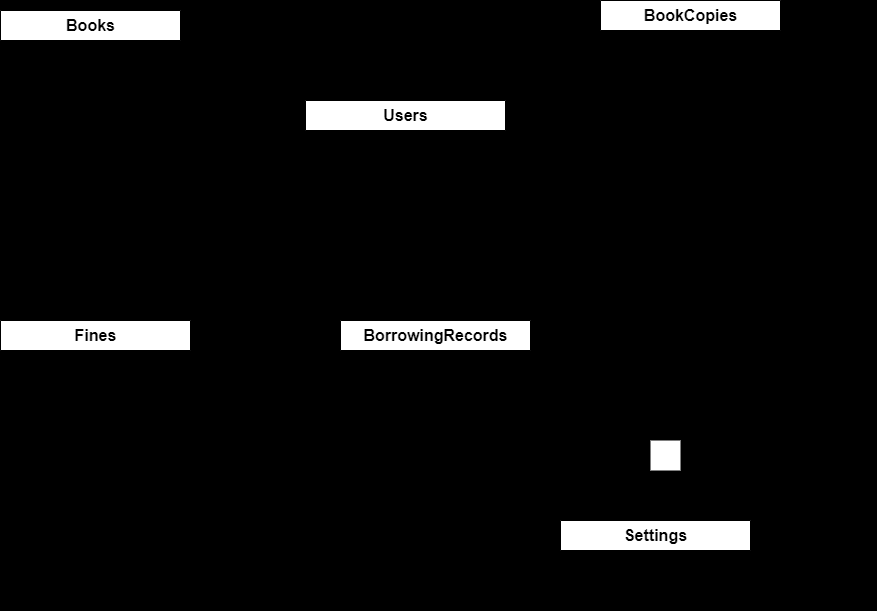
The draw.io diagram Library Relational Schema.png in amineElgaini/LibraryApp, before a commit. Source tidied: cells renumbered, new cells last; positions are measured from the earlier drawing's top-left corner, leaving out a move shared by most shapes.
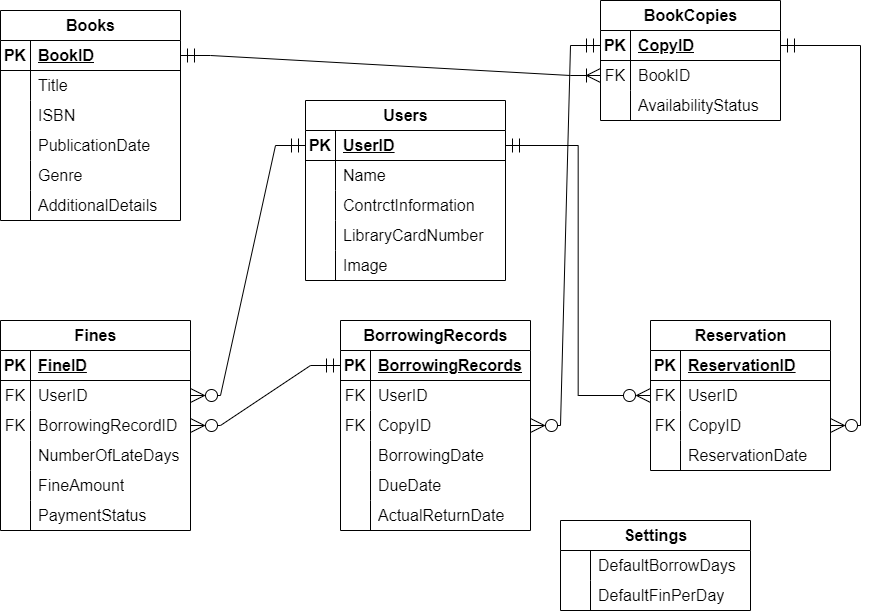
Above is the later version.

What changed in the source:
```diff
@@ -1,4 +1,4 @@
-<mxGraphModel background="#000000">
+<mxGraphModel>
   <root>
     <mxCell id="0" />
     <mxCell id="1" parent="0" />
@@ -312,7 +312,7 @@
     <mxCell id="103" style="shape=tableRow;horizontal=0;startSize=0;swimlaneHead=0;swimlaneBody=0;fillColor=none;top=0;left=0;right=0;bottom=0;fontSize=16;" parent="93" vertex="1">
       <mxGeometry y="120" width="180" height="30" as="geometry" />
     </mxCell>
-    <mxCell id="104" style="shape=partialRectangle;fillColor=default;top=0;left=0;bottom=0;right=0;overflow=hidden;whiteSpace=wrap;html=1;fontSize=16;" parent="103" vertex="1">
+    <mxCell id="104" style="shape=partialRectangle;fillColor=none;top=0;left=0;bottom=0;right=0;overflow=hidden;whiteSpace=wrap;html=1;fontSize=16;" parent="103" vertex="1">
       <mxGeometry width="30" height="30" as="geometry" />
     </mxCell>
     <mxCell id="105" value="ReservationDate" style="shape=partialRectangle;fillColor=none;top=0;left=0;bottom=0;right=0;align=left;spacingLeft=6;overflow=hidden;whiteSpace=wrap;html=1;fontSize=16;" parent="103" vertex="1">
```
